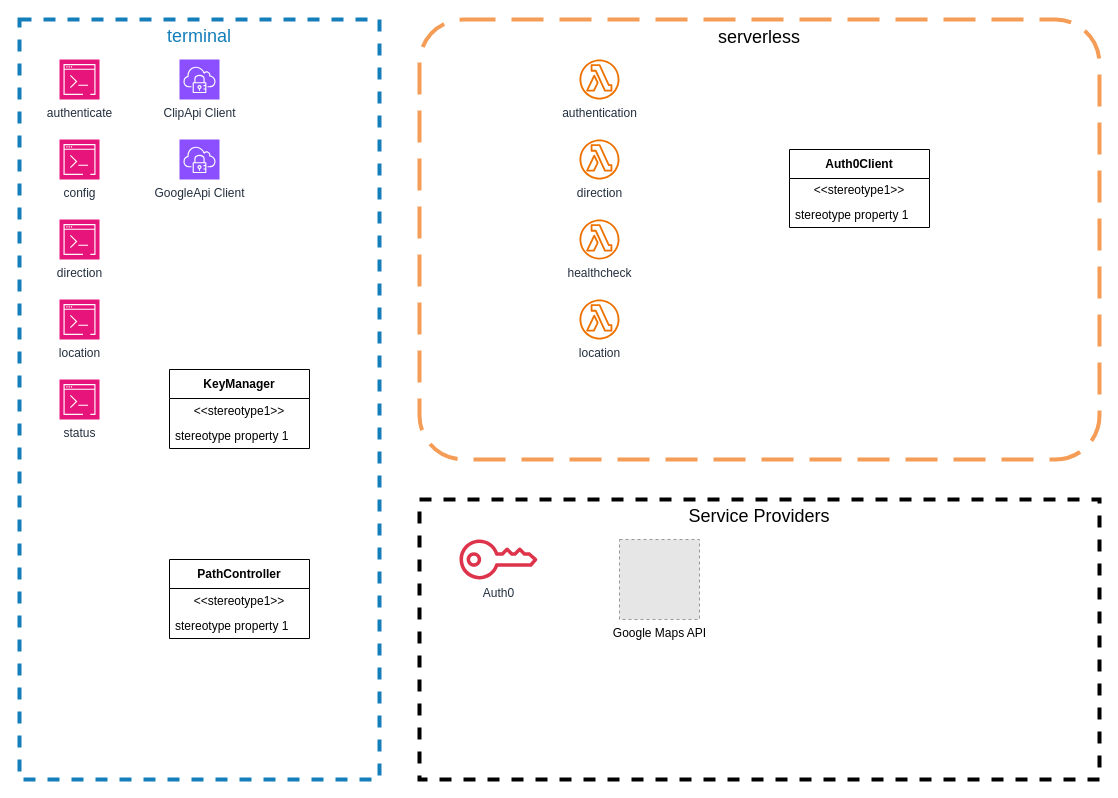
Earlier version of the draw.io diagram docs/clip-overview.drawio (iosifv/cli-path). Source tidied: cells renumbered, new cells numbered last; positions are measured from the earlier drawing's top-left corner, leaving out a move shared by most shapes. Both pictures are drawn from the tidied source at 100%, with x=0, y=0 at pixel (19, 19). Pictures stored in the file or linked from it are replaced by grey dashed boxes.
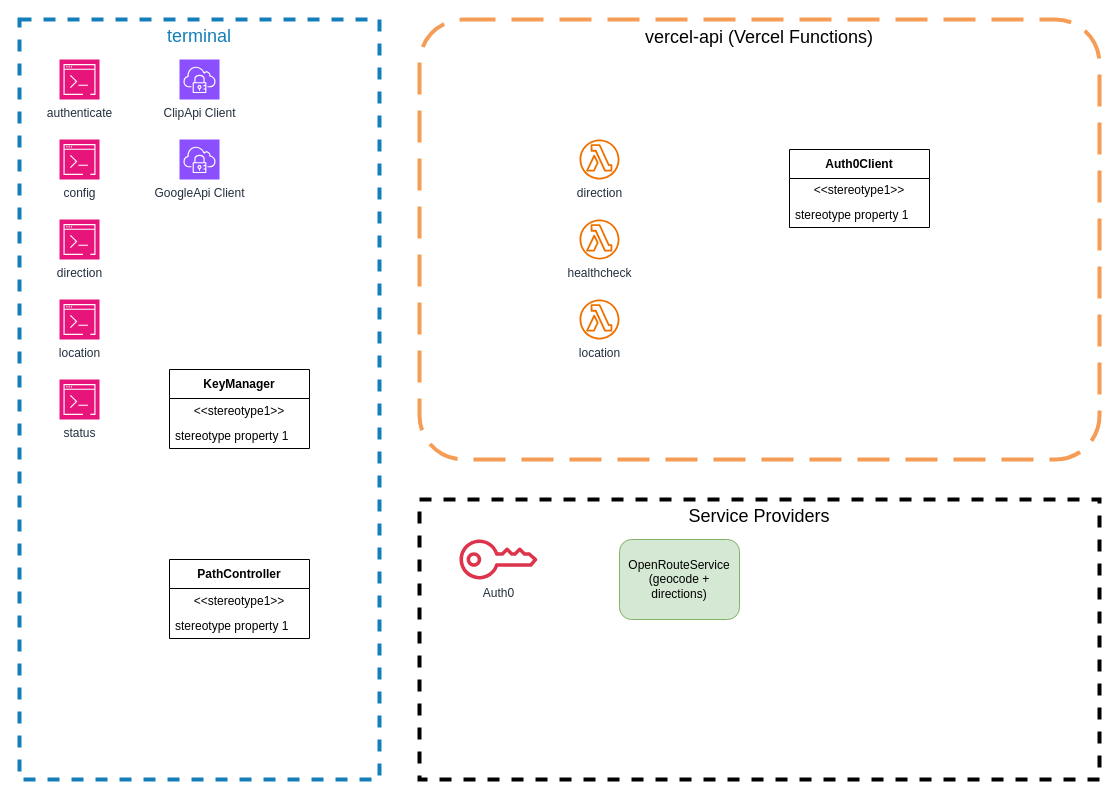
The same page after the edit.

Diff of the diagram source:
```diff
@@
-    <mxCell id="3" value="serverless&#10;" style="rounded=1;arcSize=10;dashed=1;strokeColor=#F59D56;fillColor=none;gradientColor=none;dashPattern=8 4;strokeWidth=4;verticalAlign=top;horizontal=1;fontSize=18;" parent="1" vertex="1">
+    <mxCell id="3" value="vercel-api (Vercel Functions)&#10;" style="rounded=1;arcSize=10;dashed=1;strokeColor=#F59D56;fillColor=none;gradientColor=none;dashPattern=8 4;strokeWidth=4;verticalAlign=top;horizontal=1;fontSize=18;" parent="1" vertex="1">
       <mxGeometry x="400" width="680" height="440" as="geometry" />
     </mxCell>
@@
-    <mxCell id="18" value="&lt;div&gt;authentication&lt;/div&gt;" style="sketch=0;fontColor=#232F3E;gradientColor=none;fillColor=#ED7100;strokeColor=none;dashed=0;verticalLabelPosition=bottom;verticalAlign=top;align=center;html=1;fontSize=12;fontStyle=0;shape=mxgraph.aws4.lambda_function;" parent="1" vertex="1">
-      <mxGeometry x="560" y="40" width="40" height="40" as="geometry" />
-    </mxCell>
@@
-    <mxCell id="26" value="&lt;div&gt;Google Maps API&lt;/div&gt;" style="fillColor=#E6E6E6;strokeColor=#999999;dashed=1;html=1;verticalAlign=top;verticalLabelPosition=bottom;labelBackgroundColor=#ffffff;" parent="1" vertex="1">
-      <mxGeometry x="600" y="520" width="80" height="80" as="geometry" />
+    <mxCell id="26" value="OpenRouteService&#10;(geocode + directions)" style="rounded=1;whiteSpace=wrap;html=1;fillColor=#d5e8d4;strokeColor=#82b366;fontSize=12;verticalAlign=middle;align=center;" parent="1" vertex="1">
+      <mxGeometry x="600" y="520" width="120" height="80" as="geometry" />
     </mxCell>
```
